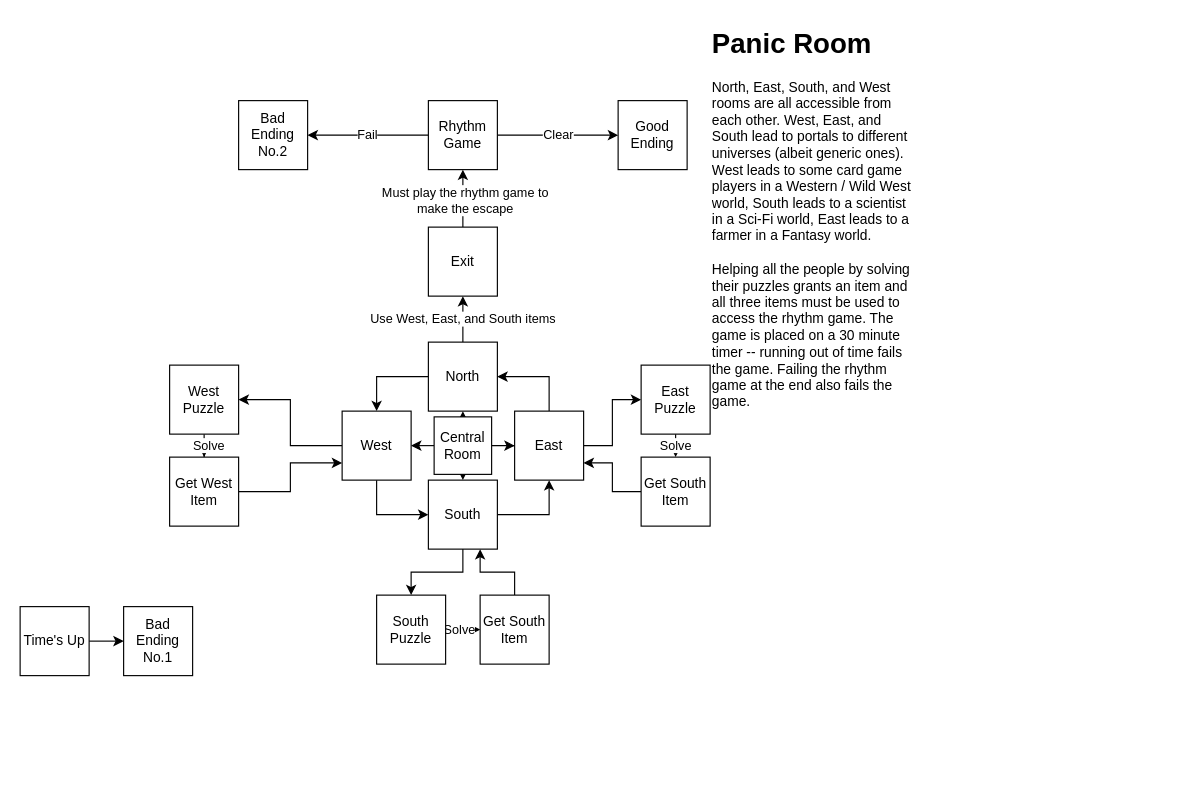
jmantel-edu/beatverse keeps this draw.io diagram as flowchart.drawio. Above is the earlier version. Source tidied: cells renumbered, new cells numbered last; positions are measured from the earlier drawing's top-left corner, leaving out a move shared by most shapes. Both pictures are drawn from the tidied source at 115%, with x=0, y=0 at pixel (20, 20).
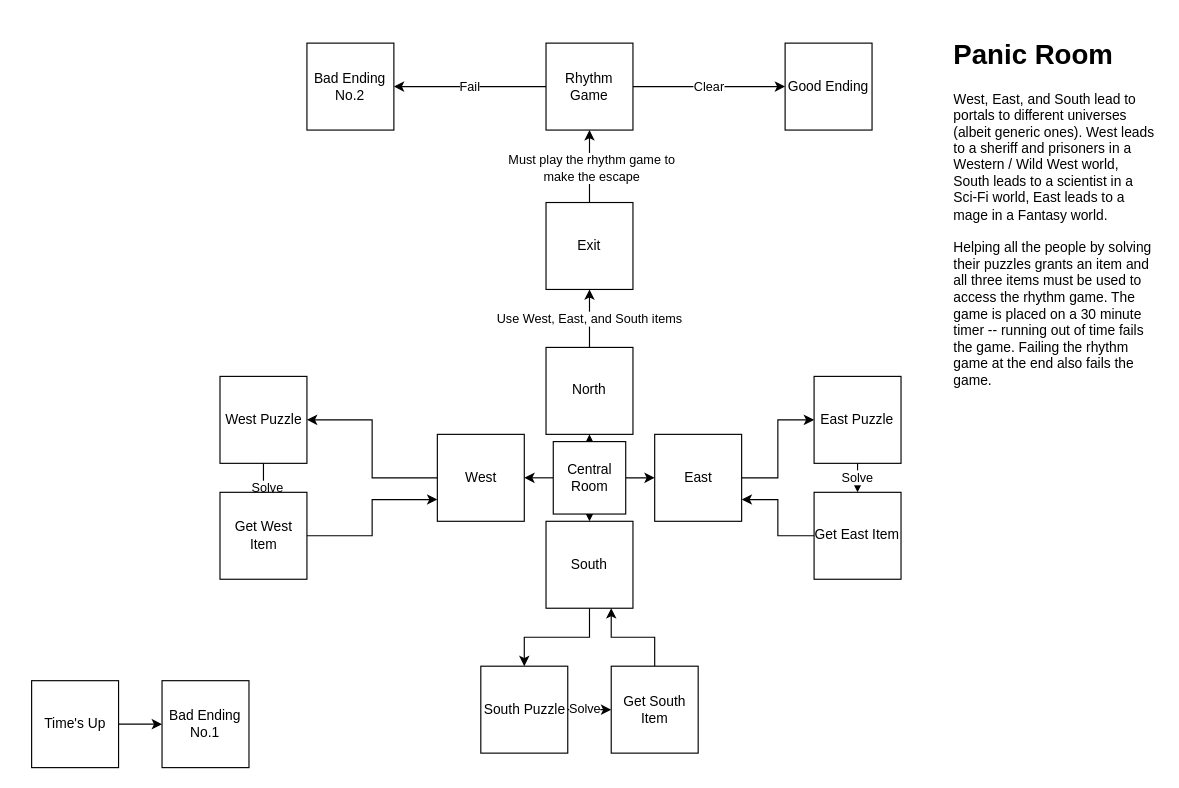
The same page after the edit.

Change to the diagram source:
```diff
@@
+    <mxCell id="46" value="&lt;h1 style=&quot;margin-top: 0px;&quot;&gt;&lt;span style=&quot;background-color: transparent; color: light-dark(rgb(0, 0, 0), rgb(255, 255, 255));&quot;&gt;Panic Room&lt;/span&gt;&lt;/h1&gt;&lt;div&gt;West, East, and South lead to portals to different universes (albeit generic ones). West leads to a sheriff and prisoners in a Western / Wild West world, South leads to a scientist in a Sci-Fi world, East leads to a mage in a Fantasy world.&lt;span style=&quot;background-color: transparent; color: light-dark(rgb(0, 0, 0), rgb(255, 255, 255));&quot;&gt;&amp;nbsp;&lt;/span&gt;&lt;/div&gt;&lt;div&gt;&lt;span style=&quot;background-color: transparent; color: light-dark(rgb(0, 0, 0), rgb(255, 255, 255));&quot;&gt;&lt;br&gt;&lt;/span&gt;&lt;/div&gt;&lt;div&gt;&lt;span style=&quot;background-color: transparent; color: light-dark(rgb(0, 0, 0), rgb(255, 255, 255));&quot;&gt;Helping all the people by solving their puzzles grants an item and all three items must be used to access the rhythm game. The game is placed on a 30 minute timer -- running out of time fails the game. Failing the rhythm game at the end also fails the game.&lt;/span&gt;&lt;/div&gt;" style="text;html=1;whiteSpace=wrap;overflow=hidden;rounded=0;" parent="1" vertex="1">
+      <mxGeometry x="810" y="10" width="180" height="350" as="geometry" />
+    </mxCell>
+    <mxCell id="47" style="edgeStyle=orthogonalEdgeStyle;rounded=0;orthogonalLoop=1;jettySize=auto;html=1;exitX=0.5;exitY=1;exitDx=0;exitDy=0;" parent="1" edge="1" source="46" target="46">
+      <mxGeometry relative="1" as="geometry" />
+    </mxCell>
+    <mxCell id="48" style="group;" parent="1" vertex="1">
+      <mxGeometry x="10" y="20" width="756" height="630" as="geometry" />
+    </mxCell>
-    <mxCell id="2" value="Use West, East, and South items" style="edgeStyle=orthogonalEdgeStyle;rounded=0;jettySize=auto;html=1;exitX=0.5;exitY=0;exitDx=0;exitDy=0;entryX=0.5;entryY=1;entryDx=0;entryDy=0;" parent="1" edge="1" source="4" target="16">
+    <mxCell id="2" value="Use West, East, and South items" style="edgeStyle=orthogonalEdgeStyle;rounded=0;jettySize=auto;html=1;exitX=0.5;exitY=0;exitDx=0;exitDy=0;entryX=0.5;entryY=1;entryDx=0;entryDy=0;" parent="48" edge="1" source="4" target="16">
       <mxGeometry relative="1" as="geometry" />
     </mxCell>
-    <mxCell id="3" style="edgeStyle=orthogonalEdgeStyle;rounded=0;jettySize=auto;html=1;exitX=0;exitY=0.5;exitDx=0;exitDy=0;entryX=0.5;entryY=0;entryDx=0;entryDy=0;" parent="1" edge="1" source="4" target="7">
-      <mxGeometry relative="1" as="geometry" />
-    </mxCell>
-    <mxCell id="4" value="North" style="whiteSpace=wrap;html=1;" parent="1" vertex="1">
-      <mxGeometry x="355" y="280" width="60" height="60" as="geometry" />
+    <mxCell id="4" value="North" style="whiteSpace=wrap;html=1;" parent="48" vertex="1">
+      <mxGeometry x="447.3" y="264.6" width="75.6" height="75.6" as="geometry" />
     </mxCell>
-    <mxCell id="5" style="edgeStyle=orthogonalEdgeStyle;rounded=0;jettySize=auto;html=1;exitX=0.5;exitY=1;exitDx=0;exitDy=0;entryX=0;entryY=0.5;entryDx=0;entryDy=0;" parent="1" edge="1" source="7" target="10">
-      <mxGeometry relative="1" as="geometry" />
-    </mxCell>
-    <mxCell id="6" style="edgeStyle=orthogonalEdgeStyle;rounded=0;jettySize=auto;html=1;exitX=0;exitY=0.5;exitDx=0;exitDy=0;entryX=1;entryY=0.5;entryDx=0;entryDy=0;" parent="1" edge="1" source="7" target="24">
+    <mxCell id="6" style="edgeStyle=orthogonalEdgeStyle;rounded=0;jettySize=auto;html=1;exitX=0;exitY=0.5;exitDx=0;exitDy=0;entryX=1;entryY=0.5;entryDx=0;entryDy=0;" parent="48" edge="1" source="7" target="24">
       <mxGeometry relative="1" as="geometry" />
     </mxCell>
-    <mxCell id="7" value="West" style="whiteSpace=wrap;html=1;" parent="1" vertex="1">
-      <mxGeometry x="280" y="340" width="60" height="60" as="geometry" />
+    <mxCell id="7" value="West" style="whiteSpace=wrap;html=1;" parent="48" vertex="1">
+      <mxGeometry x="352.8" y="340.2" width="75.6" height="75.6" as="geometry" />
     </mxCell>
-    <mxCell id="8" style="edgeStyle=orthogonalEdgeStyle;rounded=0;jettySize=auto;html=1;exitX=1;exitY=0.5;exitDx=0;exitDy=0;entryX=0.5;entryY=1;entryDx=0;entryDy=0;" parent="1" edge="1" source="10" target="13">
-      <mxGeometry relative="1" as="geometry" />
-    </mxCell>
-    <mxCell id="9" style="edgeStyle=orthogonalEdgeStyle;rounded=0;jettySize=auto;html=1;exitX=0.5;exitY=1;exitDx=0;exitDy=0;entryX=0.5;entryY=0;entryDx=0;entryDy=0;" parent="1" edge="1" source="10" target="34">
+    <mxCell id="9" style="edgeStyle=orthogonalEdgeStyle;rounded=0;jettySize=auto;html=1;exitX=0.5;exitY=1;exitDx=0;exitDy=0;entryX=0.5;entryY=0;entryDx=0;entryDy=0;" parent="48" edge="1" source="10" target="34">
       <mxGeometry relative="1" as="geometry" />
     </mxCell>
-    <mxCell id="10" value="South" style="whiteSpace=wrap;html=1;" parent="1" vertex="1">
-      <mxGeometry x="355" y="400" width="60" height="60" as="geometry" />
+    <mxCell id="10" value="South" style="whiteSpace=wrap;html=1;" parent="48" vertex="1">
+      <mxGeometry x="447.3" y="415.8" width="75.6" height="75.6" as="geometry" />
     </mxCell>
-    <mxCell id="11" style="edgeStyle=orthogonalEdgeStyle;rounded=0;jettySize=auto;html=1;exitX=0.5;exitY=0;exitDx=0;exitDy=0;entryX=1;entryY=0.5;entryDx=0;entryDy=0;" parent="1" edge="1" source="13" target="4">
-      <mxGeometry relative="1" as="geometry" />
-    </mxCell>
-    <mxCell id="12" style="edgeStyle=orthogonalEdgeStyle;rounded=0;jettySize=auto;html=1;exitX=1;exitY=0.5;exitDx=0;exitDy=0;entryX=0;entryY=0.5;entryDx=0;entryDy=0;" parent="1" edge="1" source="13" target="38">
+    <mxCell id="12" style="edgeStyle=orthogonalEdgeStyle;rounded=0;jettySize=auto;html=1;exitX=1;exitY=0.5;exitDx=0;exitDy=0;entryX=0;entryY=0.5;entryDx=0;entryDy=0;" parent="48" edge="1" source="13" target="38">
       <mxGeometry relative="1" as="geometry" />
     </mxCell>
-    <mxCell id="13" value="East" style="whiteSpace=wrap;html=1;" parent="1" vertex="1">
-      <mxGeometry x="430" y="340" width="60" height="60" as="geometry" />
+    <mxCell id="13" value="East" style="whiteSpace=wrap;html=1;" parent="48" vertex="1">
+      <mxGeometry x="541.8" y="340.2" width="75.6" height="75.6" as="geometry" />
     </mxCell>
-    <mxCell id="14" style="edgeStyle=orthogonalEdgeStyle;rounded=0;jettySize=auto;html=1;exitX=0.5;exitY=0;exitDx=0;exitDy=0;entryX=0.5;entryY=1;entryDx=0;entryDy=0;" parent="1" edge="1" source="16" target="19">
+    <mxCell id="14" style="edgeStyle=orthogonalEdgeStyle;rounded=0;jettySize=auto;html=1;exitX=0.5;exitY=0;exitDx=0;exitDy=0;entryX=0.5;entryY=1;entryDx=0;entryDy=0;" parent="48" edge="1" source="16" target="19">
       <mxGeometry relative="1" as="geometry" />
     </mxCell>
@@
-    <mxCell id="16" value="Exit" style="whiteSpace=wrap;html=1;" parent="1" vertex="1">
-      <mxGeometry x="355" y="180" width="60" height="60" as="geometry" />
+    <mxCell id="16" value="Exit" style="whiteSpace=wrap;html=1;" parent="48" vertex="1">
+      <mxGeometry x="447.3" y="138.6" width="75.6" height="75.6" as="geometry" />
     </mxCell>
-    <mxCell id="17" value="Fail" style="edgeStyle=orthogonalEdgeStyle;rounded=0;jettySize=auto;html=1;exitX=0;exitY=0.5;exitDx=0;exitDy=0;entryX=1;entryY=0.5;entryDx=0;entryDy=0;" parent="1" edge="1" source="19" target="21">
+    <mxCell id="17" value="Fail" style="edgeStyle=orthogonalEdgeStyle;rounded=0;jettySize=auto;html=1;exitX=0;exitY=0.5;exitDx=0;exitDy=0;entryX=1;entryY=0.5;entryDx=0;entryDy=0;" parent="48" edge="1" source="19" target="21">
       <mxGeometry relative="1" as="geometry" />
     </mxCell>
-    <mxCell id="18" value="Clear" style="edgeStyle=orthogonalEdgeStyle;rounded=0;jettySize=auto;html=1;exitX=1;exitY=0.5;exitDx=0;exitDy=0;entryX=0;entryY=0.5;entryDx=0;entryDy=0;" parent="1" edge="1" source="19" target="20">
+    <mxCell id="18" value="Clear" style="edgeStyle=orthogonalEdgeStyle;rounded=0;jettySize=auto;html=1;exitX=1;exitY=0.5;exitDx=0;exitDy=0;entryX=0;entryY=0.5;entryDx=0;entryDy=0;" parent="48" edge="1" source="19" target="20">
       <mxGeometry relative="1" as="geometry" />
     </mxCell>
-    <mxCell id="19" value="Rhythm Game" style="whiteSpace=wrap;html=1;" parent="1" vertex="1">
-      <mxGeometry x="355" y="70" width="60" height="60" as="geometry" />
+    <mxCell id="19" value="Rhythm Game" style="whiteSpace=wrap;html=1;" parent="48" vertex="1">
+      <mxGeometry x="447.3" width="75.6" height="75.6" as="geometry" />
     </mxCell>
-    <mxCell id="20" value="Good Ending" style="whiteSpace=wrap;html=1;" parent="1" vertex="1">
-      <mxGeometry x="520" y="70" width="60" height="60" as="geometry" />
+    <mxCell id="20" value="Good Ending" style="whiteSpace=wrap;html=1;" parent="48" vertex="1">
+      <mxGeometry x="655.2" width="75.6" height="75.6" as="geometry" />
     </mxCell>
-    <mxCell id="21" value="Bad Ending&lt;div&gt;No.2&lt;/div&gt;" style="whiteSpace=wrap;html=1;" parent="1" vertex="1">
-      <mxGeometry x="190" y="70" width="60" height="60" as="geometry" />
+    <mxCell id="21" value="Bad Ending&lt;div&gt;No.2&lt;/div&gt;" style="whiteSpace=wrap;html=1;" parent="48" vertex="1">
+      <mxGeometry x="239.4" width="75.6" height="75.6" as="geometry" />
     </mxCell>
-    <mxCell id="22" style="edgeStyle=orthogonalEdgeStyle;rounded=0;jettySize=auto;html=1;exitX=0.5;exitY=1;exitDx=0;exitDy=0;" parent="1" edge="1" source="24" target="26">
+    <mxCell id="22" style="edgeStyle=orthogonalEdgeStyle;rounded=0;jettySize=auto;html=1;exitX=0.5;exitY=1;exitDx=0;exitDy=0;" parent="48" edge="1" source="24" target="26">
       <mxGeometry relative="1" as="geometry" />
     </mxCell>
-    <mxCell id="23" value="Solve" style="edgeLabel;html=1;align=center;verticalAlign=middle;" parent="22" vertex="1">
-      <mxGeometry x="0.63" y="3" relative="1" as="geometry" />
-    </mxCell>
+    <mxCell id="49" value="Solve" style="edgeLabel;html=1;align=center;verticalAlign=middle;" parent="22" vertex="1">
+      <mxGeometry x="0.63" y="3" relative="1" as="geometry" />
+    </mxCell>
-    <mxCell id="24" value="West Puzzle" style="whiteSpace=wrap;html=1;" parent="1" vertex="1">
-      <mxGeometry x="130" y="300" width="60" height="60" as="geometry" />
+    <mxCell id="24" value="West Puzzle" style="whiteSpace=wrap;html=1;" parent="48" vertex="1">
+      <mxGeometry x="163.8" y="289.8" width="75.6" height="75.6" as="geometry" />
     </mxCell>
-    <mxCell id="25" style="edgeStyle=orthogonalEdgeStyle;rounded=0;jettySize=auto;html=1;exitX=1;exitY=0.5;exitDx=0;exitDy=0;entryX=0;entryY=0.75;entryDx=0;entryDy=0;" parent="1" edge="1" source="26" target="7">
+    <mxCell id="25" style="edgeStyle=orthogonalEdgeStyle;rounded=0;jettySize=auto;html=1;exitX=1;exitY=0.5;exitDx=0;exitDy=0;entryX=0;entryY=0.75;entryDx=0;entryDy=0;" parent="48" edge="1" source="26" target="7">
       <mxGeometry relative="1" as="geometry" />
     </mxCell>
-    <mxCell id="26" value="Get West Item" style="whiteSpace=wrap;html=1;" parent="1" vertex="1">
-      <mxGeometry x="130" y="380" width="60" height="60" as="geometry" />
+    <mxCell id="26" value="Get West Item" style="whiteSpace=wrap;html=1;" parent="48" vertex="1">
+      <mxGeometry x="163.8" y="390.6" width="75.6" height="75.6" as="geometry" />
     </mxCell>
-    <mxCell id="27" value="&lt;h1 style=&quot;margin-top: 0px;&quot;&gt;&lt;span style=&quot;background-color: transparent; color: light-dark(rgb(0, 0, 0), rgb(255, 255, 255));&quot;&gt;Panic Room&lt;/span&gt;&lt;/h1&gt;&lt;div&gt;North, East, South, and West rooms are all accessible from each other. West, East, and South lead to portals to different universes (albeit generic ones). West leads to some card game players in a Western / Wild West world, South leads to a scientist in a Sci-Fi world, East leads to a farmer in a Fantasy world.&lt;span style=&quot;background-color: transparent; color: light-dark(rgb(0, 0, 0), rgb(255, 255, 255));&quot;&gt;&amp;nbsp;&lt;/span&gt;&lt;/div&gt;&lt;div&gt;&lt;span style=&quot;background-color: transparent; color: light-dark(rgb(0, 0, 0), rgb(255, 255, 255));&quot;&gt;&lt;br&gt;&lt;/span&gt;&lt;/div&gt;&lt;div&gt;&lt;span style=&quot;background-color: transparent; color: light-dark(rgb(0, 0, 0), rgb(255, 255, 255));&quot;&gt;Helping all the people by solving their puzzles grants an item and all three items must be used to access the rhythm game. The game is placed on a 30 minute timer -- running out of time fails the game. Failing the rhythm game at the end also fails the game.&lt;/span&gt;&lt;/div&gt;" style="text;html=1;whiteSpace=wrap;overflow=hidden;rounded=0;" parent="1" vertex="1">
-      <mxGeometry x="600" width="180" height="350" as="geometry" />
-    </mxCell>
-    <mxCell id="28" style="edgeStyle=orthogonalEdgeStyle;rounded=0;jettySize=auto;html=1;exitX=1;exitY=0.5;exitDx=0;exitDy=0;entryX=0;entryY=0.5;entryDx=0;entryDy=0;" parent="1" edge="1" source="29" target="30">
+    <mxCell id="28" style="edgeStyle=orthogonalEdgeStyle;rounded=0;jettySize=auto;html=1;exitX=1;exitY=0.5;exitDx=0;exitDy=0;entryX=0;entryY=0.5;entryDx=0;entryDy=0;" parent="48" edge="1" source="29" target="30">
       <mxGeometry relative="1" as="geometry" />
     </mxCell>
-    <mxCell id="29" value="Time's Up" style="whiteSpace=wrap;html=1;" parent="1" vertex="1">
-      <mxGeometry y="510" width="60" height="60" as="geometry" />
+    <mxCell id="29" value="Time's Up" style="whiteSpace=wrap;html=1;" parent="48" vertex="1">
+      <mxGeometry y="554.4" width="75.6" height="75.6" as="geometry" />
     </mxCell>
-    <mxCell id="30" value="Bad Ending No.1" style="whiteSpace=wrap;html=1;" parent="1" vertex="1">
-      <mxGeometry x="90" y="510" width="60" height="60" as="geometry" />
+    <mxCell id="30" value="Bad Ending No.1" style="whiteSpace=wrap;html=1;" parent="48" vertex="1">
+      <mxGeometry x="113.4" y="554.4" width="75.6" height="75.6" as="geometry" />
     </mxCell>
-    <mxCell id="31" style="edgeStyle=orthogonalEdgeStyle;rounded=0;orthogonalLoop=1;jettySize=auto;html=1;exitX=0.5;exitY=1;exitDx=0;exitDy=0;" parent="1" edge="1" source="27" target="27">
-      <mxGeometry relative="1" as="geometry" />
-    </mxCell>
-    <mxCell id="32" style="edgeStyle=orthogonalEdgeStyle;rounded=0;jettySize=auto;html=1;exitX=1;exitY=0.5;exitDx=0;exitDy=0;entryX=0;entryY=0.5;entryDx=0;entryDy=0;" parent="1" edge="1" source="34" target="36">
-      <mxGeometry relative="1" as="geometry" />
-    </mxCell>
-    <mxCell id="33" value="Solve" style="edgeLabel;html=1;align=center;verticalAlign=middle;" parent="32" vertex="1">
-      <mxGeometry x="-0.27" y="1" relative="1" as="geometry" />
-    </mxCell>
+    <mxCell id="50" style="edgeStyle=orthogonalEdgeStyle;rounded=0;jettySize=auto;html=1;exitX=1;exitY=0.5;exitDx=0;exitDy=0;entryX=0;entryY=0.5;entryDx=0;entryDy=0;" parent="48" edge="1" source="34" target="53">
+      <mxGeometry relative="1" as="geometry" />
+    </mxCell>
+    <mxCell id="51" value="Solve" style="edgeLabel;html=1;align=center;verticalAlign=middle;" parent="50" vertex="1">
+      <mxGeometry x="-0.27" y="1" relative="1" as="geometry" />
+    </mxCell>
-    <mxCell id="34" value="South Puzzle" style="whiteSpace=wrap;html=1;" parent="1" vertex="1">
-      <mxGeometry x="310" y="500" width="60" height="60" as="geometry" />
+    <mxCell id="34" value="South Puzzle" style="whiteSpace=wrap;html=1;" parent="48" vertex="1">
+      <mxGeometry x="390.6" y="541.8" width="75.6" height="75.6" as="geometry" />
     </mxCell>
-    <mxCell id="35" style="edgeStyle=orthogonalEdgeStyle;rounded=0;jettySize=auto;html=1;exitX=0.5;exitY=0;exitDx=0;exitDy=0;entryX=0.75;entryY=1;entryDx=0;entryDy=0;" parent="1" edge="1" source="36" target="10">
-      <mxGeometry relative="1" as="geometry" />
-    </mxCell>
-    <mxCell id="36" value="Get South Item" style="whiteSpace=wrap;html=1;" parent="1" vertex="1">
-      <mxGeometry x="400" y="500" width="60" height="60" as="geometry" />
-    </mxCell>
+    <mxCell id="52" style="edgeStyle=orthogonalEdgeStyle;rounded=0;jettySize=auto;html=1;exitX=0.5;exitY=0;exitDx=0;exitDy=0;entryX=0.75;entryY=1;entryDx=0;entryDy=0;" parent="48" edge="1" source="53" target="10">
+      <mxGeometry relative="1" as="geometry" />
+    </mxCell>
+    <mxCell id="53" value="Get South Item" style="whiteSpace=wrap;html=1;" parent="48" vertex="1">
+      <mxGeometry x="504" y="541.8" width="75.6" height="75.6" as="geometry" />
+    </mxCell>
-    <mxCell id="37" value="Solve" style="edgeStyle=orthogonalEdgeStyle;rounded=0;jettySize=auto;html=1;exitX=0.5;exitY=1;exitDx=0;exitDy=0;entryX=0.5;entryY=0;entryDx=0;entryDy=0;" parent="1" edge="1" source="38" target="40">
+    <mxCell id="37" value="Solve" style="edgeStyle=orthogonalEdgeStyle;rounded=0;jettySize=auto;html=1;exitX=0.5;exitY=1;exitDx=0;exitDy=0;entryX=0.5;entryY=0;entryDx=0;entryDy=0;" parent="48" edge="1" source="38" target="55">
       <mxGeometry relative="1" as="geometry" />
     </mxCell>
-    <mxCell id="38" value="East Puzzle" style="whiteSpace=wrap;html=1;" parent="1" vertex="1">
-      <mxGeometry x="540" y="300" width="60" height="60" as="geometry" />
+    <mxCell id="38" value="East Puzzle" style="whiteSpace=wrap;html=1;" parent="48" vertex="1">
+      <mxGeometry x="680.4" y="289.8" width="75.6" height="75.6" as="geometry" />
     </mxCell>
-    <mxCell id="39" style="edgeStyle=orthogonalEdgeStyle;rounded=0;jettySize=auto;html=1;exitX=0;exitY=0.5;exitDx=0;exitDy=0;entryX=1;entryY=0.75;entryDx=0;entryDy=0;" parent="1" edge="1" source="40" target="13">
-      <mxGeometry relative="1" as="geometry" />
-    </mxCell>
-    <mxCell id="40" value="Get South Item" style="whiteSpace=wrap;html=1;" parent="1" vertex="1">
-      <mxGeometry x="540" y="380" width="60" height="60" as="geometry" />
-    </mxCell>
+    <mxCell id="54" style="edgeStyle=orthogonalEdgeStyle;rounded=0;jettySize=auto;html=1;exitX=0;exitY=0.5;exitDx=0;exitDy=0;entryX=1;entryY=0.75;entryDx=0;entryDy=0;" parent="48" edge="1" source="55" target="13">
+      <mxGeometry relative="1" as="geometry" />
+    </mxCell>
+    <mxCell id="55" value="Get East Item" style="whiteSpace=wrap;html=1;" parent="48" vertex="1">
+      <mxGeometry x="680.4" y="390.6" width="75.6" height="75.6" as="geometry" />
+    </mxCell>
-    <mxCell id="41" style="edgeStyle=orthogonalEdgeStyle;rounded=0;jettySize=auto;html=1;exitX=0;exitY=0.5;exitDx=0;exitDy=0;entryX=1;entryY=0.5;entryDx=0;entryDy=0;" parent="1" edge="1" source="45" target="7">
+    <mxCell id="41" style="edgeStyle=orthogonalEdgeStyle;rounded=0;jettySize=auto;html=1;exitX=0;exitY=0.5;exitDx=0;exitDy=0;entryX=1;entryY=0.5;entryDx=0;entryDy=0;" parent="48" edge="1" source="45" target="7">
       <mxGeometry relative="1" as="geometry" />
     </mxCell>
-    <mxCell id="42" style="edgeStyle=orthogonalEdgeStyle;rounded=0;jettySize=auto;html=1;exitX=1;exitY=0.5;exitDx=0;exitDy=0;" parent="1" edge="1" source="45" target="13">
+    <mxCell id="42" style="edgeStyle=orthogonalEdgeStyle;rounded=0;jettySize=auto;html=1;exitX=1;exitY=0.5;exitDx=0;exitDy=0;" parent="48" edge="1" source="45" target="13">
       <mxGeometry relative="1" as="geometry" />
     </mxCell>
-    <mxCell id="43" style="edgeStyle=orthogonalEdgeStyle;rounded=0;jettySize=auto;html=1;exitX=0.5;exitY=0;exitDx=0;exitDy=0;entryX=0.5;entryY=1;entryDx=0;entryDy=0;" parent="1" edge="1" source="45" target="4">
+    <mxCell id="43" style="edgeStyle=orthogonalEdgeStyle;rounded=0;jettySize=auto;html=1;exitX=0.5;exitY=0;exitDx=0;exitDy=0;entryX=0.5;entryY=1;entryDx=0;entryDy=0;" parent="48" edge="1" source="45" target="4">
       <mxGeometry relative="1" as="geometry" />
     </mxCell>
-    <mxCell id="44" style="edgeStyle=orthogonalEdgeStyle;rounded=0;jettySize=auto;html=1;exitX=0.5;exitY=1;exitDx=0;exitDy=0;entryX=0.5;entryY=0;entryDx=0;entryDy=0;" parent="1" edge="1" source="45" target="10">
+    <mxCell id="44" style="edgeStyle=orthogonalEdgeStyle;rounded=0;jettySize=auto;html=1;exitX=0.5;exitY=1;exitDx=0;exitDy=0;entryX=0.5;entryY=0;entryDx=0;entryDy=0;" parent="48" edge="1" source="45" target="10">
       <mxGeometry relative="1" as="geometry" />
     </mxCell>
-    <mxCell id="45" value="Central Room" style="whiteSpace=wrap;html=1;" parent="1" vertex="1">
-      <mxGeometry x="360" y="345" width="50" height="50" as="geometry" />
+    <mxCell id="45" value="Central Room" style="whiteSpace=wrap;html=1;" parent="48" vertex="1">
+      <mxGeometry x="453.6" y="346.5" width="63" height="63" as="geometry" />
     </mxCell>
```
